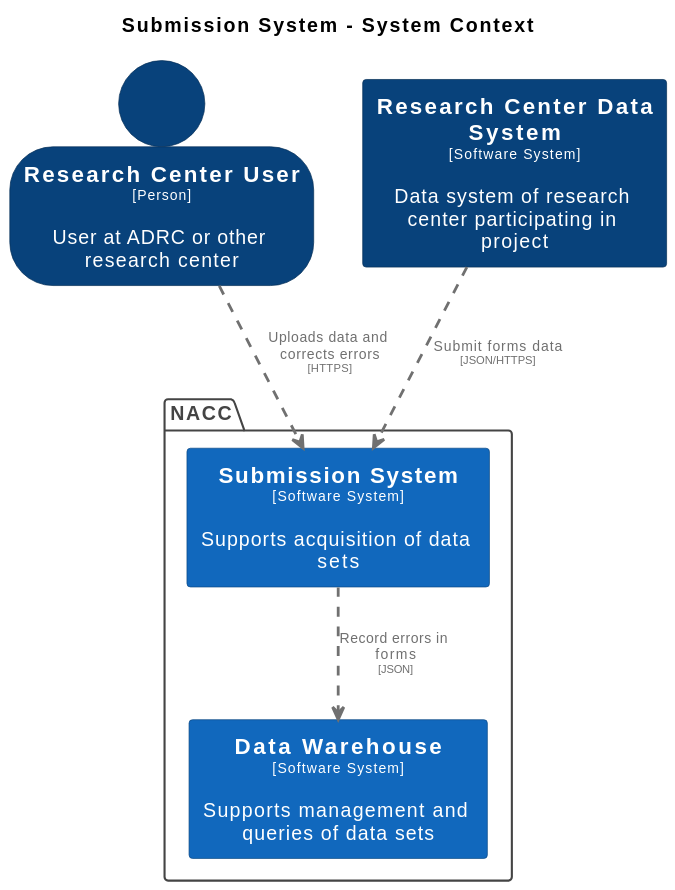
Before: docs/images/structurizr-SubmissionContext.svg, a diagram exported from PlantUML (naccdata/system-design).
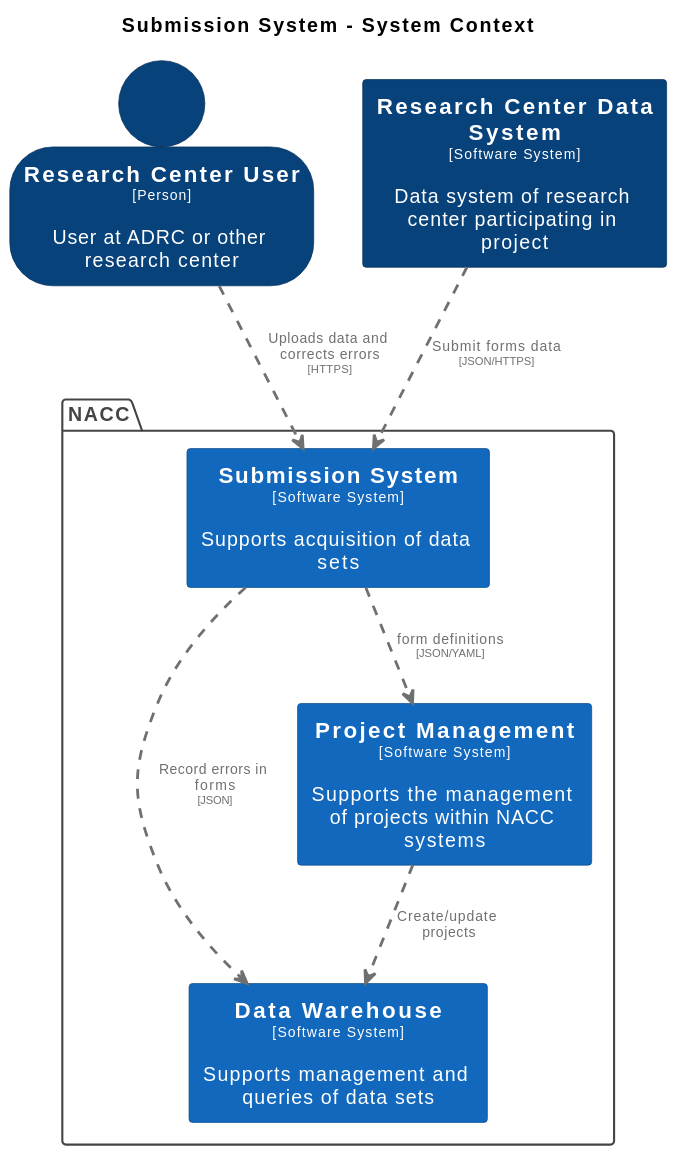
After the change.

Change to the diagram source:
```diff
@@ -14,6 +14,11 @@
 hide stereotype
 
 skinparam rectangle<<DataWarehouse>> {
+  BackgroundColor #1168bd
+  FontColor #ffffff
+  BorderColor #0b4884
+}
+skinparam rectangle<<ProjectManagement>> {
   BackgroundColor #1168bd
   FontColor #ffffff
   BorderColor #0b4884
@@ -39,6 +44,7 @@
   skinparam PackageFontColor<<enterprise>> #444444
 
   rectangle "==Data Warehouse\n<size:10>[Software System]</size>\n\nSupports management and queries of data sets" <<DataWarehouse>> as DataWarehouse
+  rectangle "==Project Management\n<size:10>[Software System]</size>\n\nSupports the management of projects within NACC systems" <<ProjectManagement>> as ProjectManagement
   rectangle "==Submission System\n<size:10>[Software System]</size>\n\nSupports acquisition of data sets" <<SubmissionSystem>> as SubmissionSystem
 }
 
@@ -47,5 +53,7 @@
 
 ResearchCenterUser .[#707070,thickness=2].> SubmissionSystem : "<color:#707070>Uploads data and corrects errors\n<color:#707070><size:8>[HTTPS]</size>"
 ResearchCenterDataSystem .[#707070,thickness=2].> SubmissionSystem : "<color:#707070>Submit forms data\n<color:#707070><size:8>[JSON/HTTPS]</size>"
+ProjectManagement .[#707070,thickness=2].> DataWarehouse : "<color:#707070>Create/update projects"
 SubmissionSystem .[#707070,thickness=2].> DataWarehouse : "<color:#707070>Record errors in forms\n<color:#707070><size:8>[JSON]</size>"
+SubmissionSystem .[#707070,thickness=2].> ProjectManagement : "<color:#707070>form definitions\n<color:#707070><size:8>[JSON/YAML]</size>"
 @enduml
```
